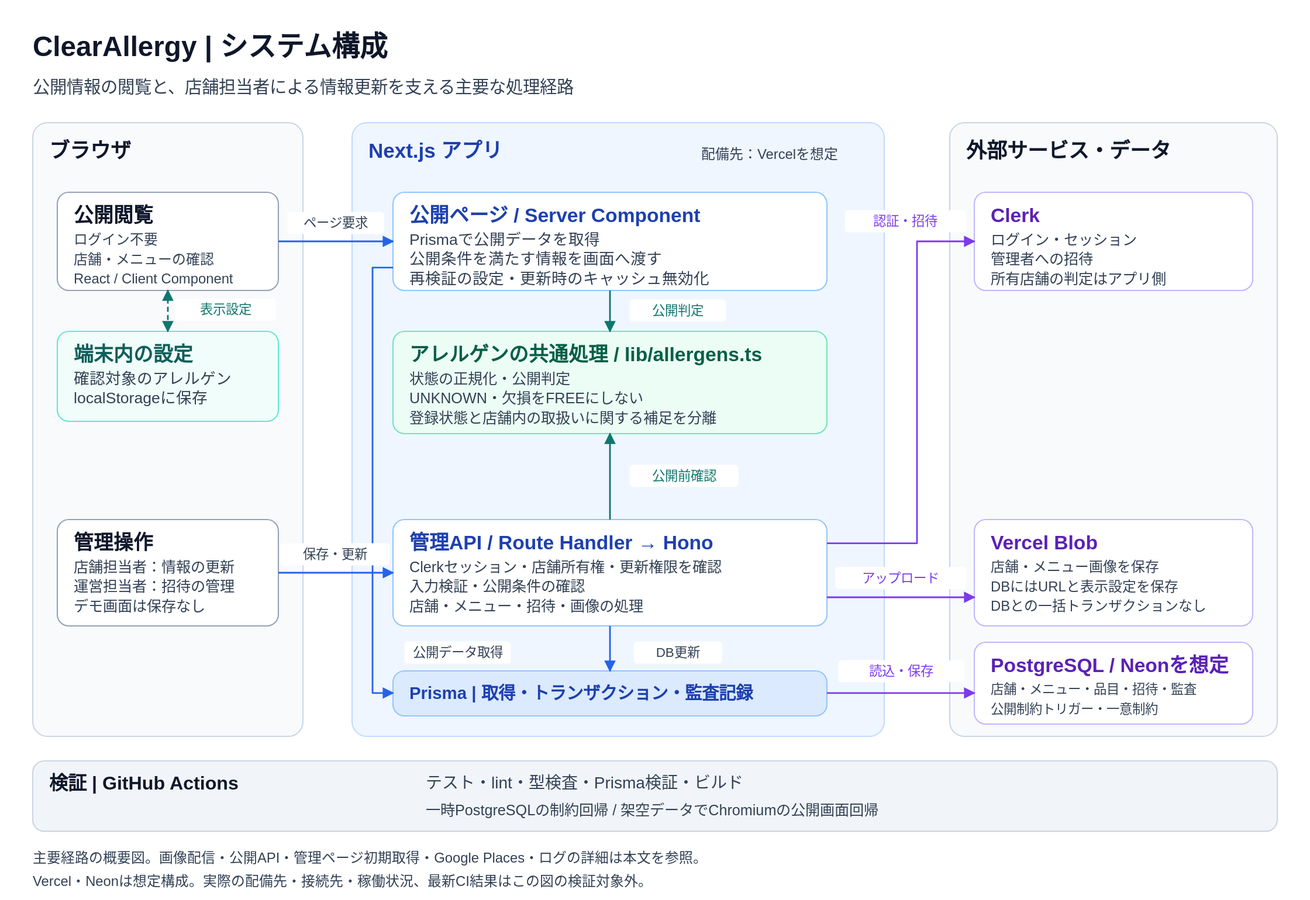
Above: docs/guide/diagrams/clearallergy-architecture.svg in Kaito-Iwase/ClearAllergy (draw.io), before the change. Source tidied: cells renumbered, new cells last; positions are measured from the earlier drawing's top-left corner, leaving out a move shared by most shapes.
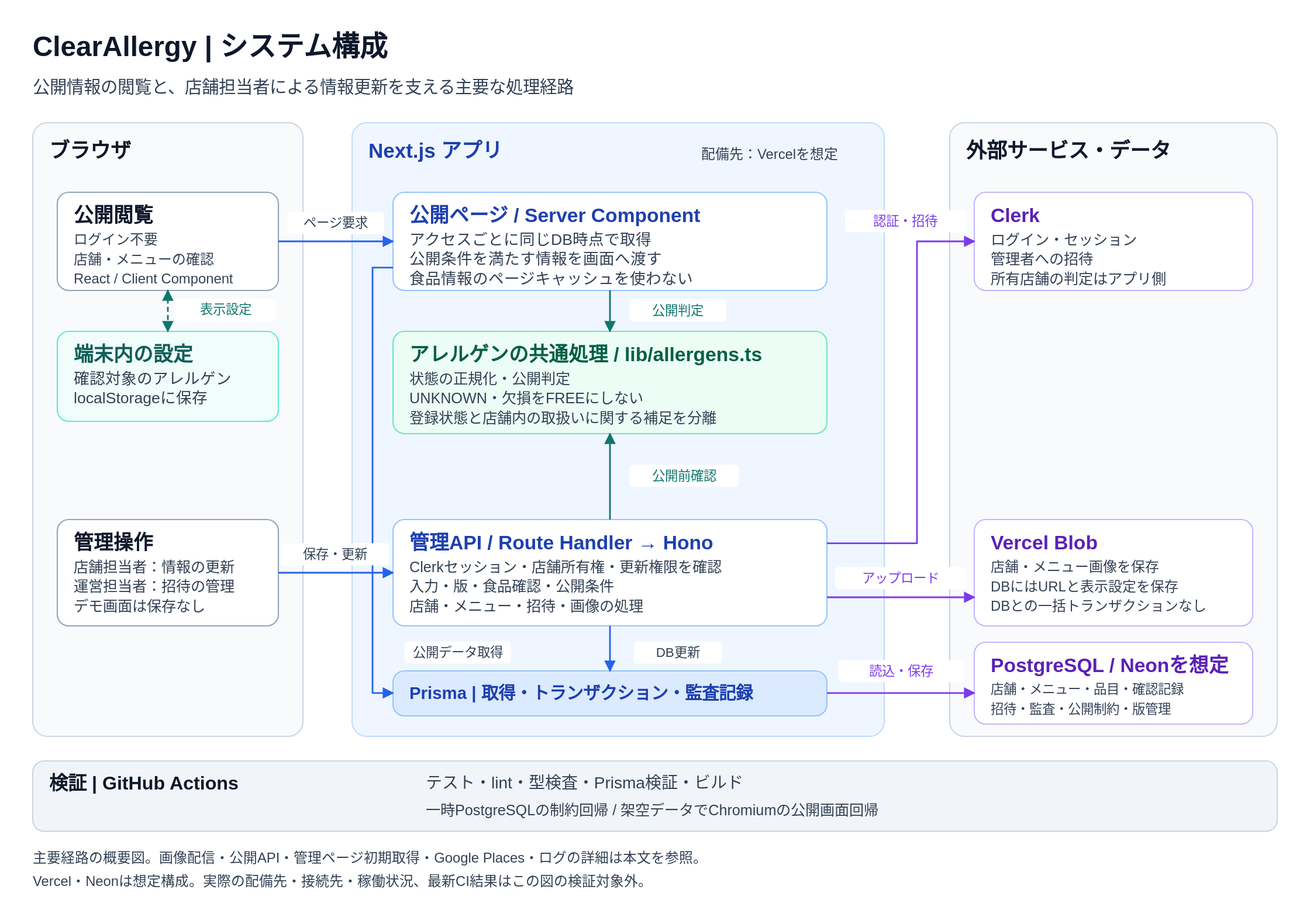
The same diagram one commit later.

What changed in the source:
```diff
@@ -77,13 +77,13 @@
     <mxCell id="26" value="公開ページ / Server Component" style="text;html=0;strokeColor=none;fillColor=none;align=left;verticalAlign=middle;whiteSpace=wrap;rounded=0;fontFamily=Yu Gothic UI;fontSize=24;fontColor=#1e40af;fontStyle=1;spacing=0;" parent="1" vertex="1">
       <mxGeometry x="460" y="215" width="490" height="28" as="geometry" />
     </mxCell>
-    <mxCell id="27" value="Prismaで公開データを取得" style="text;html=0;strokeColor=none;fillColor=none;align=left;verticalAlign=middle;whiteSpace=wrap;rounded=0;fontFamily=Yu Gothic UI;fontSize=19;fontColor=#334155;fontStyle=0;spacing=0;" parent="1" vertex="1">
+    <mxCell id="27" value="アクセスごとに同じDB時点で取得" style="text;html=0;strokeColor=none;fillColor=none;align=left;verticalAlign=middle;whiteSpace=wrap;rounded=0;fontFamily=Yu Gothic UI;fontSize=19;fontColor=#334155;fontStyle=0;spacing=0;" parent="1" vertex="1">
       <mxGeometry x="460" y="246" width="490" height="25" as="geometry" />
     </mxCell>
     <mxCell id="28" value="公開条件を満たす情報を画面へ渡す" style="text;html=0;strokeColor=none;fillColor=none;align=left;verticalAlign=middle;whiteSpace=wrap;rounded=0;fontFamily=Yu Gothic UI;fontSize=19;fontColor=#334155;fontStyle=0;spacing=0;" parent="1" vertex="1">
       <mxGeometry x="460" y="270" width="490" height="25" as="geometry" />
     </mxCell>
-    <mxCell id="29" value="再検証の設定・更新時のキャッシュ無効化" style="text;html=0;strokeColor=none;fillColor=none;align=left;verticalAlign=middle;whiteSpace=wrap;rounded=0;fontFamily=Yu Gothic UI;fontSize=19;fontColor=#334155;fontStyle=0;spacing=0;" parent="1" vertex="1">
+    <mxCell id="29" value="食品情報のページキャッシュを使わない" style="text;html=0;strokeColor=none;fillColor=none;align=left;verticalAlign=middle;whiteSpace=wrap;rounded=0;fontFamily=Yu Gothic UI;fontSize=19;fontColor=#334155;fontStyle=0;spacing=0;" parent="1" vertex="1">
       <mxGeometry x="460" y="294" width="490" height="25" as="geometry" />
     </mxCell>
     <mxCell id="30" style="rounded=1;arcSize=12;absoluteArcSize=1;fillColor=#ecfdf5;strokeColor=#6ee7b7;strokeWidth=1.5;" parent="1" vertex="1">
@@ -110,7 +110,7 @@
     <mxCell id="37" value="Clerkセッション・店舗所有権・更新権限を確認" style="text;html=0;strokeColor=none;fillColor=none;align=left;verticalAlign=middle;whiteSpace=wrap;rounded=0;fontFamily=Yu Gothic UI;fontSize=18;fontColor=#334155;fontStyle=0;spacing=0;" parent="1" vertex="1">
       <mxGeometry x="460" y="646" width="490" height="25" as="geometry" />
     </mxCell>
-    <mxCell id="38" value="入力検証・公開条件の確認" style="text;html=0;strokeColor=none;fillColor=none;align=left;verticalAlign=middle;whiteSpace=wrap;rounded=0;fontFamily=Yu Gothic UI;fontSize=18;fontColor=#334155;fontStyle=0;spacing=0;" parent="1" vertex="1">
+    <mxCell id="38" value="入力・版・食品確認・公開条件" style="text;html=0;strokeColor=none;fillColor=none;align=left;verticalAlign=middle;whiteSpace=wrap;rounded=0;fontFamily=Yu Gothic UI;fontSize=18;fontColor=#334155;fontStyle=0;spacing=0;" parent="1" vertex="1">
       <mxGeometry x="460" y="670" width="490" height="25" as="geometry" />
     </mxCell>
     <mxCell id="39" value="店舗・メニュー・招待・画像の処理" style="text;html=0;strokeColor=none;fillColor=none;align=left;verticalAlign=middle;whiteSpace=wrap;rounded=0;fontFamily=Yu Gothic UI;fontSize=18;fontColor=#334155;fontStyle=0;spacing=0;" parent="1" vertex="1">
@@ -158,10 +158,10 @@
     <mxCell id="53" value="PostgreSQL / Neonを想定" style="text;html=0;strokeColor=none;fillColor=none;align=left;verticalAlign=middle;whiteSpace=wrap;rounded=0;fontFamily=Yu Gothic UI;fontSize=24;fontColor=#5b21b6;fontStyle=1;spacing=0;" parent="1" vertex="1">
       <mxGeometry x="1170" y="765" width="300" height="28" as="geometry" />
     </mxCell>
-    <mxCell id="54" value="店舗・メニュー・品目・招待・監査" style="text;html=0;strokeColor=none;fillColor=none;align=left;verticalAlign=middle;whiteSpace=wrap;rounded=0;fontFamily=Yu Gothic UI;fontSize=16;fontColor=#334155;fontStyle=0;spacing=0;" parent="1" vertex="1">
+    <mxCell id="54" value="店舗・メニュー・品目・確認記録" style="text;html=0;strokeColor=none;fillColor=none;align=left;verticalAlign=middle;whiteSpace=wrap;rounded=0;fontFamily=Yu Gothic UI;fontSize=16;fontColor=#334155;fontStyle=0;spacing=0;" parent="1" vertex="1">
       <mxGeometry x="1170" y="796" width="300" height="25" as="geometry" />
     </mxCell>
-    <mxCell id="55" value="公開制約トリガー・一意制約" style="text;html=0;strokeColor=none;fillColor=none;align=left;verticalAlign=middle;whiteSpace=wrap;rounded=0;fontFamily=Yu Gothic UI;fontSize=16;fontColor=#334155;fontStyle=0;spacing=0;" parent="1" vertex="1">
+    <mxCell id="55" value="招待・監査・公開制約・版管理" style="text;html=0;strokeColor=none;fillColor=none;align=left;verticalAlign=middle;whiteSpace=wrap;rounded=0;fontFamily=Yu Gothic UI;fontSize=16;fontColor=#334155;fontStyle=0;spacing=0;" parent="1" vertex="1">
       <mxGeometry x="1170" y="820" width="300" height="25" as="geometry" />
     </mxCell>
     <mxCell id="56" style="edgeStyle=orthogonalEdgeStyle;rounded=0;jettySize=auto;html=0;strokeWidth=2;strokeColor=#2563eb;endArrow=block;endFill=1;exitX=1.0;exitY=0.5;exitDx=0;exitDy=0;entryX=0.0;entryY=0.5;entryDx=0;entryDy=0;" parent="1" edge="1" source="11" target="25">
```
